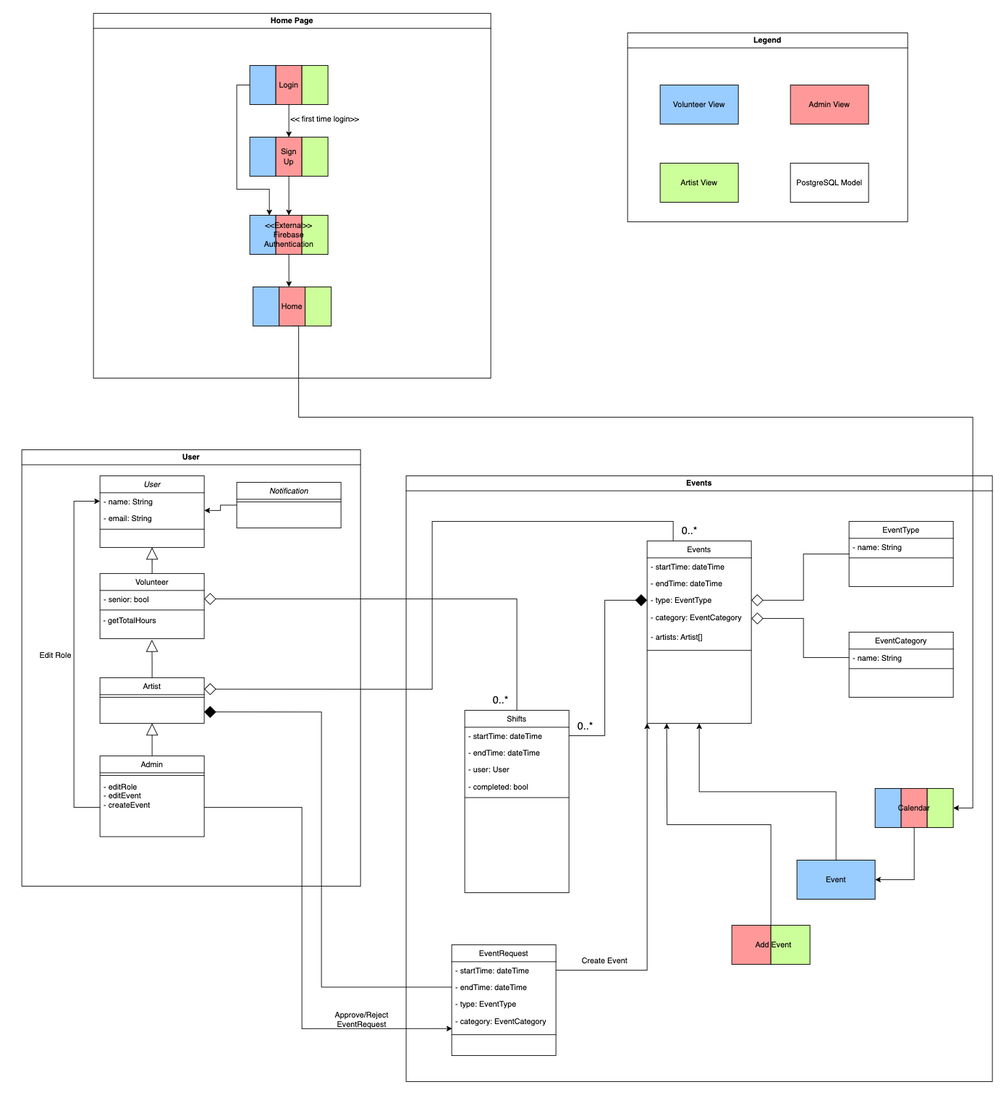
Earlier version of the draw.io export docs/images/UML.png (UAlberta-CMPUT401/f24project-Bleeding-Heart-Art-Space). Source tidied: cells renumbered, new cells last; positions are measured from the earlier drawing's top-left corner, leaving out a move shared by most shapes.
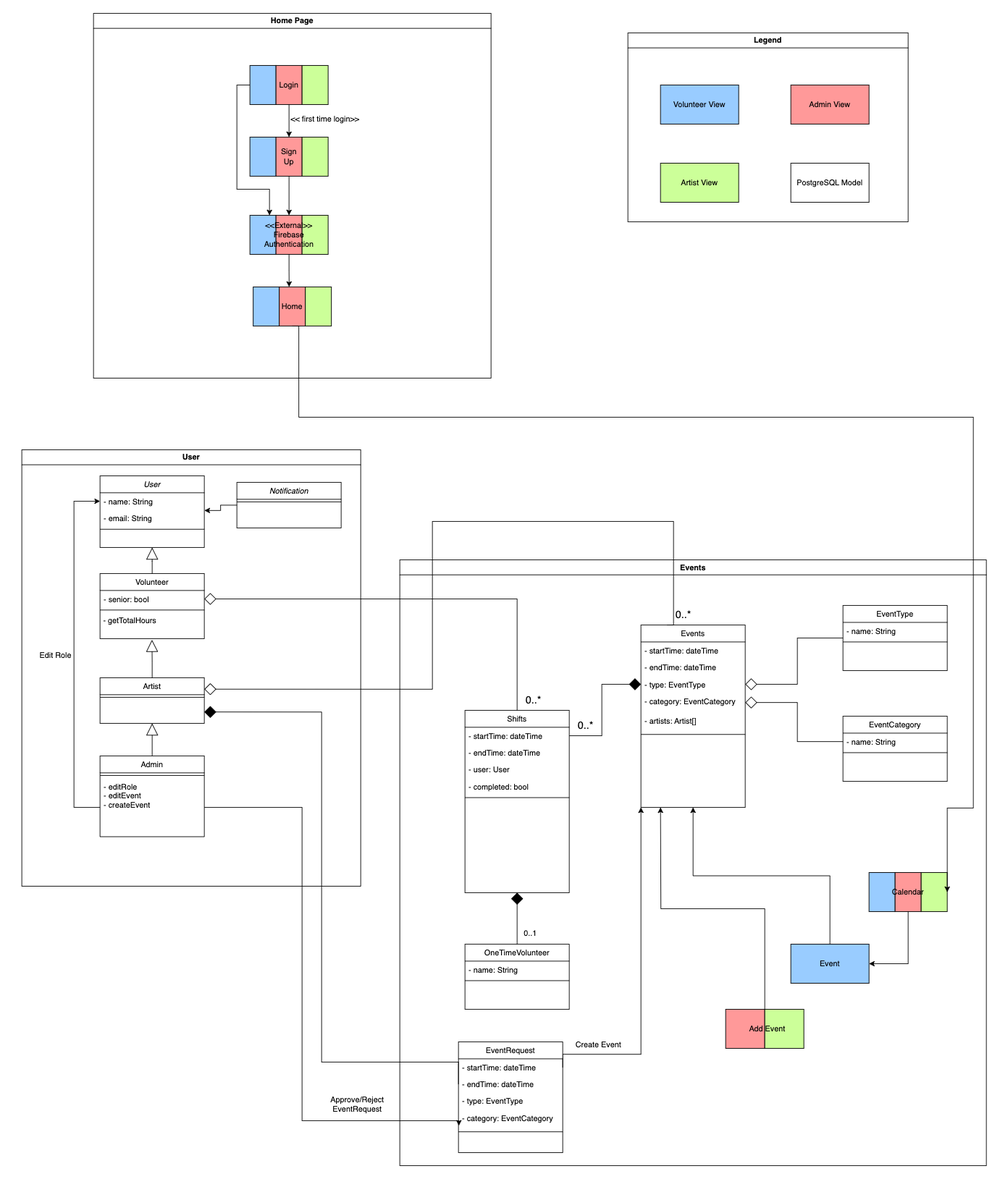
Later version of the same file.

Change to the diagram source:
```diff
@@ -159,7 +159,7 @@
       <mxGeometry x="-13" y="301" width="130" height="30" as="geometry" />
     </mxCell>
     <mxCell id="49" value="Events" style="swimlane;whiteSpace=wrap;html=1;" parent="1" vertex="1">
-      <mxGeometry x="603" y="710" width="900" height="930" as="geometry" />
+      <mxGeometry x="593" y="839" width="900" height="930" as="geometry" />
     </mxCell>
     <mxCell id="50" value="Events" style="swimlane;fontStyle=0;align=center;verticalAlign=top;horizontal=1;startSize=26;rounded=0;shadow=0;strokeWidth=1;" parent="49" vertex="1">
       <mxGeometry x="370" y="100" width="160" height="280" as="geometry" />
@@ -183,10 +183,10 @@
       <mxGeometry y="164" width="160" height="8" as="geometry" />
     </mxCell>
     <mxCell id="57" value="0..*" style="text;html=1;align=center;verticalAlign=middle;strokeColor=none;fillColor=none;fontSize=16;" parent="49" vertex="1">
-      <mxGeometry x="250" y="370" width="50" height="30" as="geometry" />
+      <mxGeometry x="260" y="240" width="50" height="30" as="geometry" />
     </mxCell>
     <mxCell id="58" value="0..*" style="text;html=1;align=center;verticalAlign=middle;strokeColor=none;fillColor=none;fontSize=16;" parent="49" vertex="1">
-      <mxGeometry x="120" y="330" width="50" height="30" as="geometry" />
+      <mxGeometry x="180" y="201" width="50" height="30" as="geometry" />
     </mxCell>
     <mxCell id="59" style="edgeStyle=orthogonalEdgeStyle;rounded=0;jettySize=auto;html=1;exitX=0;exitY=0.5;exitDx=0;exitDy=0;entryX=1;entryY=0.5;entryDx=0;entryDy=0;endSize=16;endArrow=diamond;endFill=0;" parent="49" edge="1" source="60" target="53">
       <mxGeometry relative="1" as="geometry" />
@@ -255,7 +255,7 @@
       </mxGeometry>
     </mxCell>
     <mxCell id="79" value="EventRequest" style="swimlane;fontStyle=0;align=center;verticalAlign=top;horizontal=1;startSize=26;rounded=0;shadow=0;strokeWidth=1;" parent="49" vertex="1">
-      <mxGeometry x="70" y="720" width="160" height="170" as="geometry" />
+      <mxGeometry x="90" y="740" width="160" height="170" as="geometry" />
     </mxCell>
     <mxCell id="80" value="- startTime: dateTime" style="text;align=left;verticalAlign=top;spacingLeft=4;spacingRight=4;overflow=hidden;points=[[0,0.5],[1,0.5]];portConstraint=eastwest;" parent="79" vertex="1">
       <mxGeometry y="26" width="160" height="26" as="geometry" />
@@ -278,6 +278,15 @@
     <mxCell id="86" value="Add Event" style="text;html=1;align=center;verticalAlign=middle;whiteSpace=wrap;rounded=0;" parent="49" vertex="1">
       <mxGeometry x="499" y="705" width="130" height="30" as="geometry" />
     </mxCell>
+    <mxCell id="100" value="OneTimeVolunteer" style="swimlane;fontStyle=0;align=center;verticalAlign=top;horizontal=1;startSize=26;rounded=0;shadow=0;strokeWidth=1;" parent="49" vertex="1">
+      <mxGeometry x="100" y="590" width="160" height="100" as="geometry" />
+    </mxCell>
+    <mxCell id="101" value="- name: String" style="text;align=left;verticalAlign=top;spacingLeft=4;spacingRight=4;overflow=hidden;" parent="100" vertex="1">
+      <mxGeometry y="26" width="160" height="26" as="geometry" />
+    </mxCell>
+    <mxCell id="102" style="line;html=1;strokeWidth=1;align=left;verticalAlign=middle;spacingTop=-1;spacingLeft=3;spacingRight=3;labelPosition=right;" parent="100" vertex="1">
+      <mxGeometry y="52" width="160" height="8" as="geometry" />
+    </mxCell>
     <mxCell id="87" style="edgeStyle=orthogonalEdgeStyle;rounded=0;jettySize=auto;html=1;exitX=0.5;exitY=0;exitDx=0;exitDy=0;endArrow=diamond;endFill=0;endSize=16;entryX=1;entryY=0.5;entryDx=0;entryDy=0;" parent="1" edge="1" source="89" target="33">
       <mxGeometry relative="1" as="geometry" />
     </mxCell>
@@ -324,7 +333,8 @@
     <mxCell id="97" style="edgeStyle=orthogonalEdgeStyle;rounded=0;jettySize=auto;html=1;exitX=0;exitY=0.5;exitDx=0;exitDy=0;entryX=1;entryY=0.75;entryDx=0;entryDy=0;endArrow=diamond;endFill=1;endSize=16;" parent="1" edge="1" source="81" target="41">
       <mxGeometry relative="1" as="geometry">
         <Array as="points">
-          <mxPoint x="473" y="1495" />
+          <mxPoint x="683" y="1610" />
+          <mxPoint x="473" y="1610" />
           <mxPoint x="473" y="1073" />
         </Array>
       </mxGeometry>
@@ -333,12 +343,19 @@
       <mxGeometry relative="1" as="geometry">
         <Array as="points">
           <mxPoint x="443" y="1219" />
-          <mxPoint x="443" y="1559" />
+          <mxPoint x="443" y="1700" />
+          <mxPoint x="684" y="1700" />
         </Array>
       </mxGeometry>
     </mxCell>
     <mxCell id="99" value="Approve/Reject EventRequest" style="text;html=1;align=center;verticalAlign=middle;whiteSpace=wrap;rounded=0;" parent="1" vertex="1">
-      <mxGeometry x="470" y="1530" width="130" height="30" as="geometry" />
+      <mxGeometry x="463" y="1660" width="130" height="30" as="geometry" />
     </mxCell>
+    <mxCell id="103" style="edgeStyle=orthogonalEdgeStyle;rounded=0;jettySize=auto;html=1;exitX=0.5;exitY=0;exitDx=0;exitDy=0;entryX=0.5;entryY=1;entryDx=0;entryDy=0;endArrow=diamond;endFill=1;endSize=16;" parent="1" edge="1" source="100" target="89">
+      <mxGeometry relative="1" as="geometry" />
+    </mxCell>
+    <mxCell id="104" value="0..1" style="text;html=1;align=center;verticalAlign=middle;strokeColor=none;fillColor=none;" parent="1" vertex="1">
+      <mxGeometry x="773" y="1398" width="40" height="30" as="geometry" />
+    </mxCell>
   </root>
 </mxGraphModel>
```
